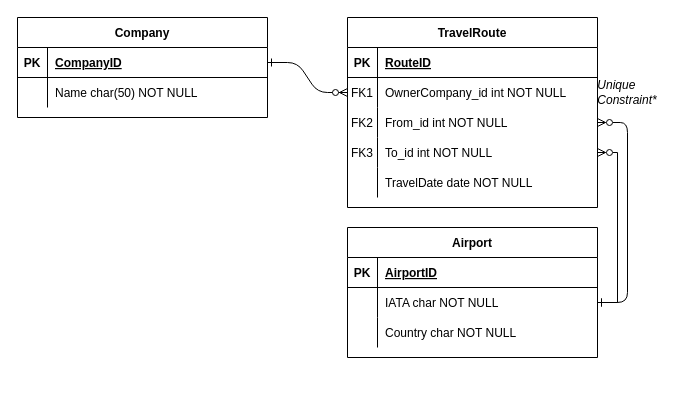
The draw.io diagram ORM_ER_DBFirst.drawio in Ravenstories/ORM_DatabaseFirst, before the edit. Source tidied: cells renumbered, new cells numbered last; positions are measured from the earlier drawing's top-left corner, leaving out a move shared by most shapes. Both pictures are drawn from the tidied source at 100%, with x=0, y=0 at pixel (17, 17).
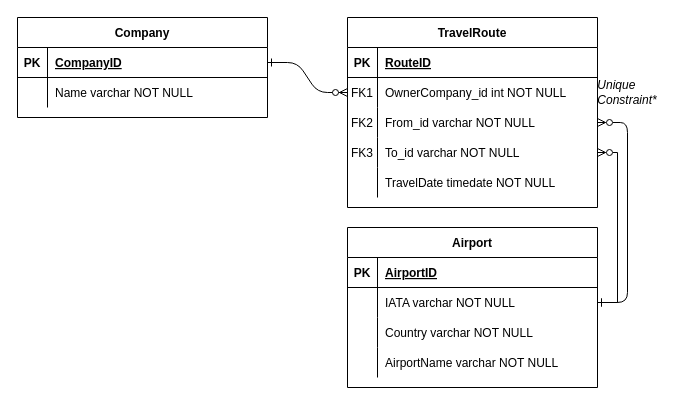
The same diagram, later.

The change refers to these unchanged cells:
```xml
<mxCell id="11" style="shape=partialRectangle;fillColor=none;points=[[0,0.5],[1,0.5]];portConstraint=eastwest;top=0;left=0;right=0;bottom=0;" parent="4" vertex="1">
  <mxGeometry y="90" width="250" height="30" as="geometry" />
</mxCell>
<mxCell id="14" style="shape=partialRectangle;fillColor=none;points=[[0,0.5],[1,0.5]];portConstraint=eastwest;top=0;left=0;right=0;bottom=0;" parent="4" vertex="1">
  <mxGeometry y="120" width="250" height="30" as="geometry" />
</mxCell>
<mxCell id="17" style="shape=partialRectangle;fillColor=none;top=0;left=0;right=0;bottom=0;" parent="4" vertex="1">
  <mxGeometry y="150" width="250" height="30" as="geometry" />
</mxCell>
<mxCell id="24" style="shape=partialRectangle;fillColor=none;points=[[0,0.5],[1,0.5]];portConstraint=eastwest;top=0;left=0;right=0;bottom=0;" parent="20" vertex="1">
  <mxGeometry y="60" width="250" height="30" as="geometry" />
</mxCell>
<mxCell id="27" style="shape=partialRectangle;fillColor=none;top=0;left=0;right=0;bottom=0;" parent="20" vertex="1">
  <mxGeometry y="90" width="250" height="30" as="geometry" />
</mxCell>
<mxCell id="34" style="shape=partialRectangle;fillColor=none;top=0;left=0;right=0;bottom=0;" parent="30" vertex="1">
  <mxGeometry y="60" width="250" height="30" as="geometry" />
</mxCell>
```

Diff of the diagram source:
```diff
@@
-    <mxCell id="13" value="From_id int NOT NULL" style="shape=partialRectangle;overflow=hidden;fillColor=none;top=0;left=0;bottom=0;right=0;align=left;spacingLeft=6;" parent="11" vertex="1">
+    <mxCell id="13" value="From_id varchar NOT NULL" style="shape=partialRectangle;overflow=hidden;fillColor=none;top=0;left=0;bottom=0;right=0;align=left;spacingLeft=6;" parent="11" vertex="1">
       <mxGeometry x="30" width="220" height="30" as="geometry" />
     </mxCell>
@@
-    <mxCell id="16" value="To_id int NOT NULL" style="shape=partialRectangle;overflow=hidden;fillColor=none;top=0;left=0;bottom=0;right=0;align=left;spacingLeft=6;" parent="14" vertex="1">
+    <mxCell id="16" value="To_id varchar NOT NULL" style="shape=partialRectangle;overflow=hidden;fillColor=none;top=0;left=0;bottom=0;right=0;align=left;spacingLeft=6;" parent="14" vertex="1">
       <mxGeometry x="30" width="220" height="30" as="geometry" />
     </mxCell>
@@
-    <mxCell id="19" value="TravelDate date NOT NULL" style="shape=partialRectangle;overflow=hidden;fillColor=none;top=0;left=0;bottom=0;right=0;align=left;spacingLeft=6;" parent="17" vertex="1">
+    <mxCell id="19" value="TravelDate timedate NOT NULL" style="shape=partialRectangle;overflow=hidden;fillColor=none;top=0;left=0;bottom=0;right=0;align=left;spacingLeft=6;" parent="17" vertex="1">
       <mxGeometry x="30" width="220" height="30" as="geometry" />
     </mxCell>
     <mxCell id="20" value="Airport" style="shape=table;startSize=30;childLayout=tableLayout;rowLines=0;fontStyle=1;align=center;" parent="1" vertex="1">
-      <mxGeometry x="330" y="210" width="250" height="130" as="geometry" />
+      <mxGeometry x="330" y="210" width="250" height="160" as="geometry" />
     </mxCell>
@@
-    <mxCell id="26" value="IATA char NOT NULL" style="shape=partialRectangle;overflow=hidden;fillColor=none;top=0;left=0;bottom=0;right=0;align=left;spacingLeft=6;" parent="24" vertex="1">
+    <mxCell id="26" value="IATA varchar NOT NULL" style="shape=partialRectangle;overflow=hidden;fillColor=none;top=0;left=0;bottom=0;right=0;align=left;spacingLeft=6;" parent="24" vertex="1">
       <mxGeometry x="30" width="220" height="30" as="geometry" />
     </mxCell>
@@
-    <mxCell id="29" value="Country char NOT NULL" style="shape=partialRectangle;overflow=hidden;fillColor=none;top=0;left=0;bottom=0;right=0;align=left;spacingLeft=6;" parent="27" vertex="1">
+    <mxCell id="29" value="Country varchar NOT NULL" style="shape=partialRectangle;overflow=hidden;fillColor=none;top=0;left=0;bottom=0;right=0;align=left;spacingLeft=6;" parent="27" vertex="1">
       <mxGeometry x="30" width="220" height="30" as="geometry" />
     </mxCell>
+    <mxCell id="39" style="shape=partialRectangle;fillColor=none;top=0;left=0;right=0;bottom=0;" parent="20" vertex="1">
+      <mxGeometry y="120" width="250" height="30" as="geometry" />
+    </mxCell>
+    <mxCell id="40" style="shape=partialRectangle;overflow=hidden;fillColor=none;top=0;left=0;bottom=0;right=0;" parent="39" vertex="1">
+      <mxGeometry width="30" height="30" as="geometry" />
+    </mxCell>
+    <mxCell id="41" value="AirportName varchar NOT NULL" style="shape=partialRectangle;overflow=hidden;fillColor=none;top=0;left=0;bottom=0;right=0;align=left;spacingLeft=6;" parent="39" vertex="1">
+      <mxGeometry x="30" width="220" height="30" as="geometry" />
+    </mxCell>
@@
-    <mxCell id="36" value="Name char(50) NOT NULL" style="shape=partialRectangle;overflow=hidden;fillColor=none;top=0;left=0;bottom=0;right=0;align=left;spacingLeft=6;" parent="34" vertex="1">
+    <mxCell id="36" value="Name varchar NOT NULL" style="shape=partialRectangle;overflow=hidden;fillColor=none;top=0;left=0;bottom=0;right=0;align=left;spacingLeft=6;" parent="34" vertex="1">
       <mxGeometry x="30" width="220" height="30" as="geometry" />
     </mxCell>
```
